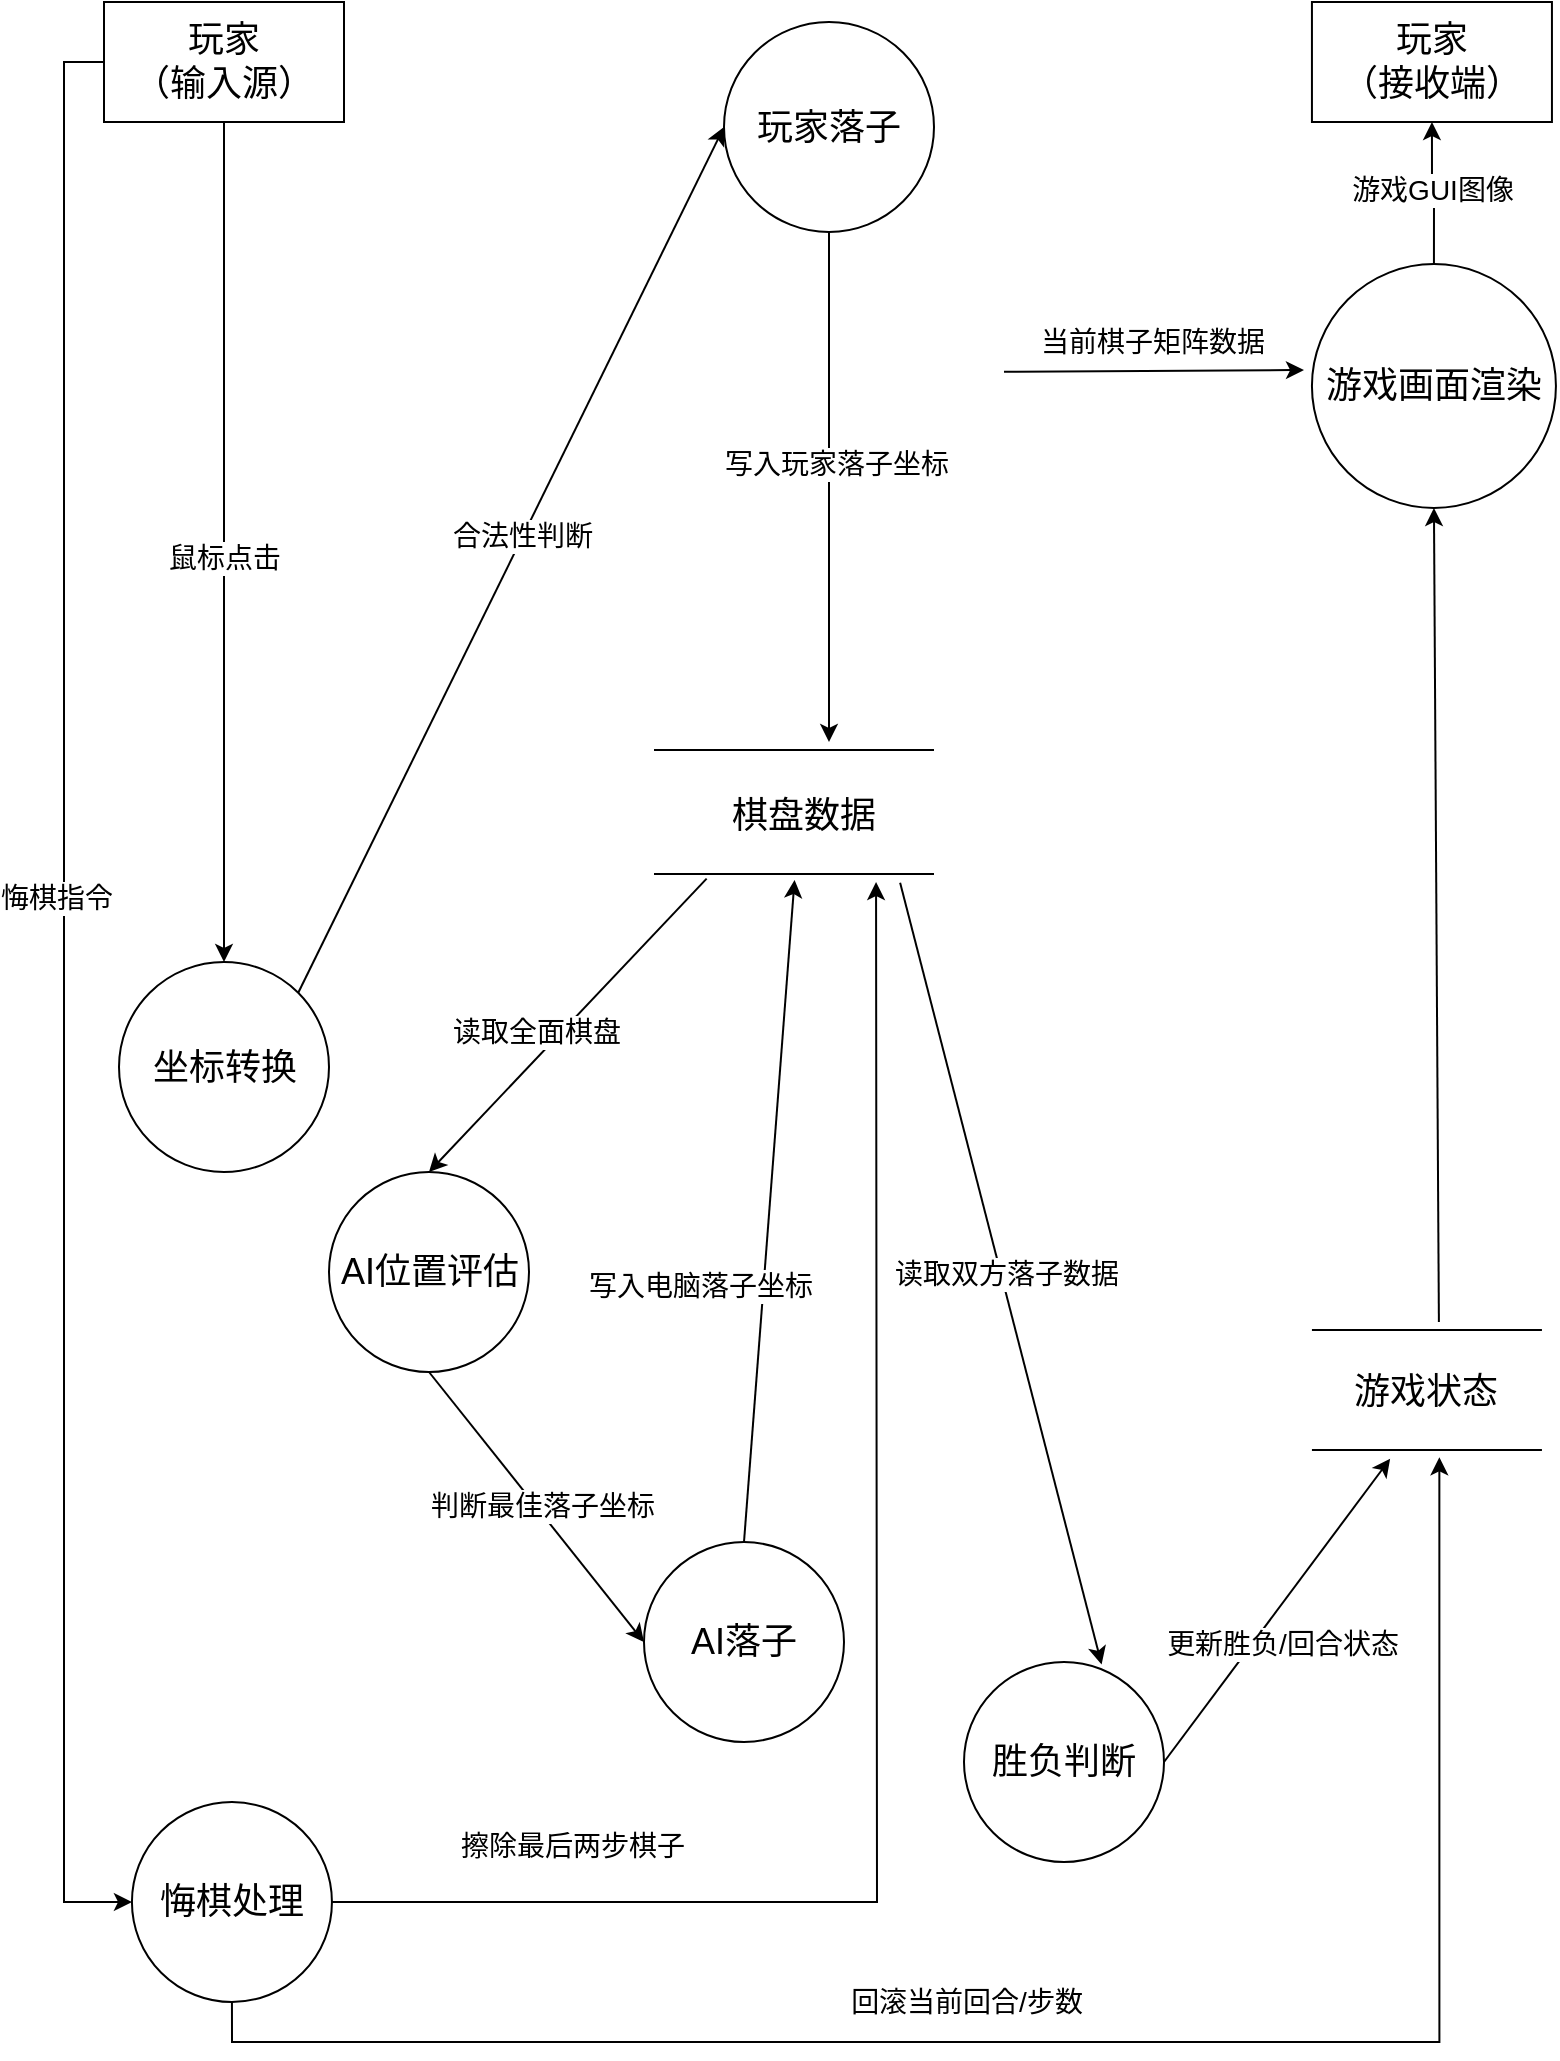
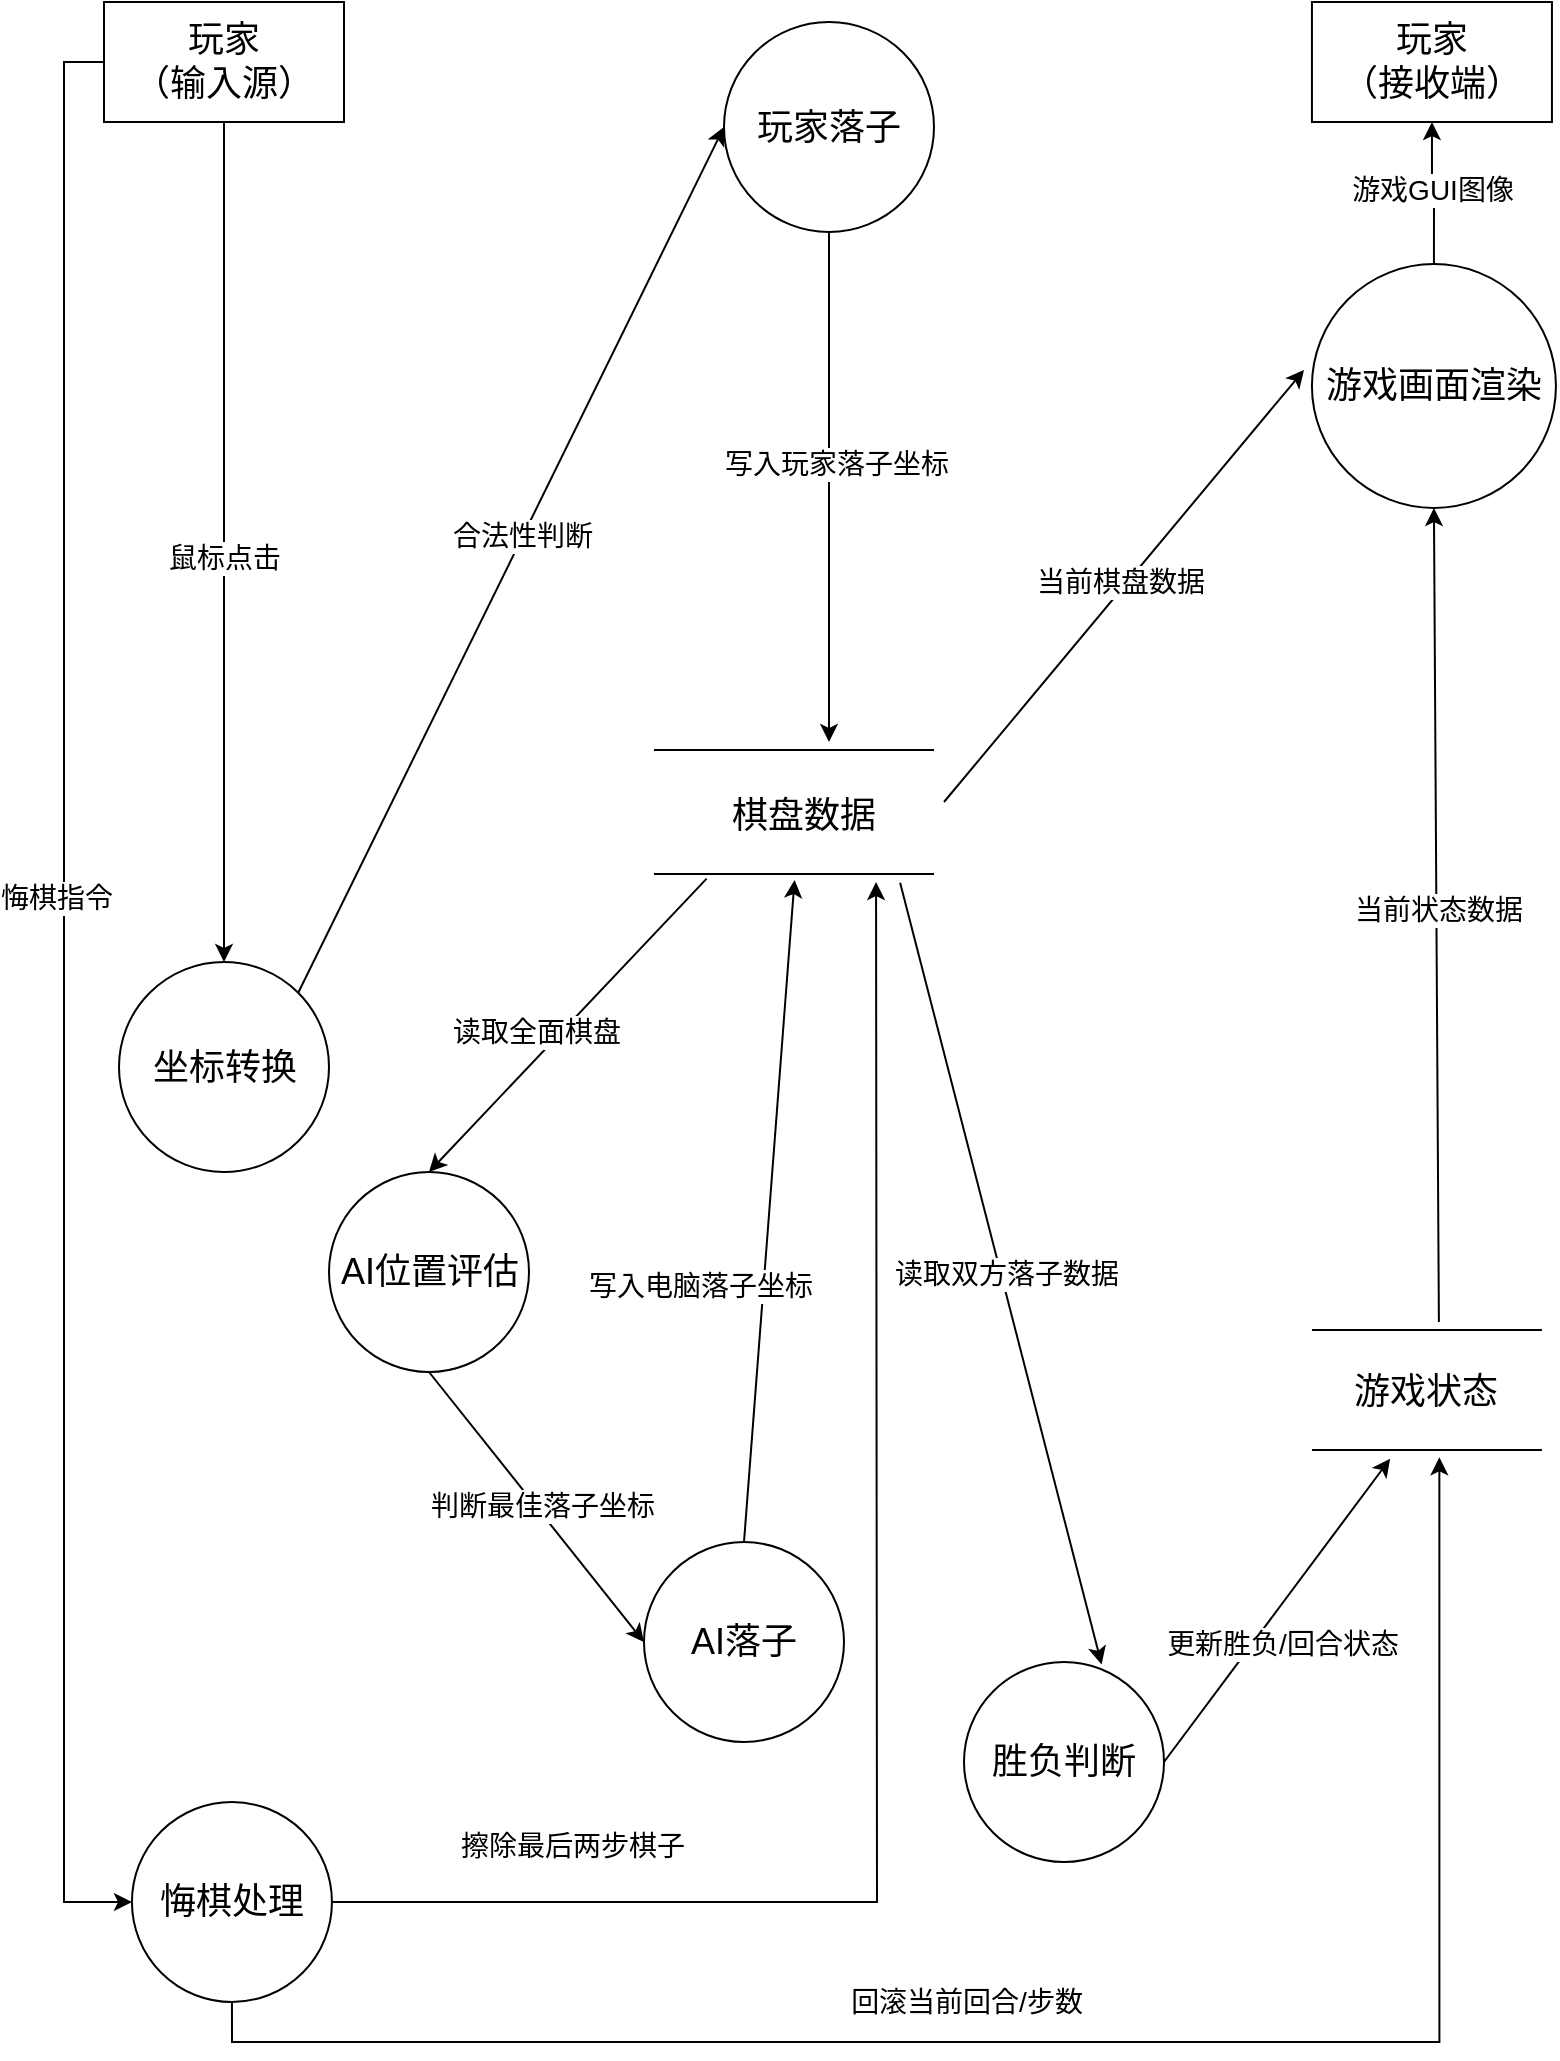
<mxfile host="app.diagrams.net">
  <diagram name="Page-1" id="hryGj0KzSXnJhMcqTr9-">
    <mxGraphModel dx="1413" dy="971" grid="1" gridSize="10" guides="1" tooltips="1" connect="1" arrows="1" fold="1" page="1" pageScale="1" pageWidth="827" pageHeight="1169" math="0" shadow="0">
      <root>
        <mxCell id="0" />
        <mxCell id="1" parent="0" />
        <mxCell id="fDHwApNMCYBN-XmplwMt-11" edge="1" parent="1" source="fDHwApNMCYBN-XmplwMt-3" style="rounded=0;orthogonalLoop=1;jettySize=auto;html=1;exitX=0.5;exitY=1;exitDx=0;exitDy=0;entryX=0.5;entryY=0;entryDx=0;entryDy=0;" target="SoA14i47H3jGXmkj97EN-22">
          <mxGeometry relative="1" as="geometry">
            <mxPoint x="93.97" y="200" as="targetPoint" />
          </mxGeometry>
        </mxCell>
        <mxCell id="fDHwApNMCYBN-XmplwMt-12" connectable="0" parent="fDHwApNMCYBN-XmplwMt-11" style="edgeLabel;html=1;align=center;verticalAlign=middle;resizable=0;points=[];" value="&lt;font style=&quot;font-size: 14px;&quot;&gt;鼠标点击&lt;/font&gt;" vertex="1">
          <mxGeometry relative="1" x="0.0364" as="geometry">
            <mxPoint as="offset" />
          </mxGeometry>
        </mxCell>
        <mxCell id="SoA14i47H3jGXmkj97EN-53" edge="1" parent="1" source="fDHwApNMCYBN-XmplwMt-3" style="edgeStyle=orthogonalEdgeStyle;rounded=0;orthogonalLoop=1;jettySize=auto;html=1;exitX=0;exitY=0.5;exitDx=0;exitDy=0;entryX=0;entryY=0.5;entryDx=0;entryDy=0;" target="SoA14i47H3jGXmkj97EN-41">
          <mxGeometry relative="1" as="geometry" />
        </mxCell>
        <mxCell id="SoA14i47H3jGXmkj97EN-54" connectable="0" parent="SoA14i47H3jGXmkj97EN-53" style="edgeLabel;html=1;align=center;verticalAlign=middle;resizable=0;points=[];" value="&lt;font style=&quot;font-size: 14px;&quot;&gt;悔棋指令&lt;/font&gt;" vertex="1">
          <mxGeometry relative="1" x="-0.1018" y="-4" as="geometry">
            <mxPoint as="offset" />
          </mxGeometry>
        </mxCell>
        <mxCell id="fDHwApNMCYBN-XmplwMt-3" parent="1" style="rounded=0;whiteSpace=wrap;html=1;" value="&lt;font style=&quot;font-size: 18px;&quot;&gt;玩家&lt;/font&gt;&lt;div&gt;&lt;font style=&quot;font-size: 18px;&quot;&gt;（输入源）&lt;/font&gt;&lt;/div&gt;" vertex="1">
          <mxGeometry height="60" width="120" x="60" y="30" as="geometry" />
        </mxCell>
        <mxCell id="SoA14i47H3jGXmkj97EN-37" edge="1" parent="1" source="SoA14i47H3jGXmkj97EN-64" style="edgeStyle=orthogonalEdgeStyle;rounded=0;orthogonalLoop=1;jettySize=auto;html=1;exitX=0.5;exitY=0;exitDx=0;exitDy=0;entryX=0.5;entryY=1;entryDx=0;entryDy=0;" target="fDHwApNMCYBN-XmplwMt-10">
          <mxGeometry relative="1" as="geometry">
            <mxPoint x="723.97" y="198" as="sourcePoint" />
          </mxGeometry>
        </mxCell>
        <mxCell id="SoA14i47H3jGXmkj97EN-38" connectable="0" parent="SoA14i47H3jGXmkj97EN-37" style="edgeLabel;html=1;align=center;verticalAlign=middle;resizable=0;points=[];" value="&lt;font style=&quot;font-size: 14px;&quot;&gt;游戏GUI图像&lt;/font&gt;" vertex="1">
          <mxGeometry relative="1" x="0.0741" as="geometry">
            <mxPoint as="offset" />
          </mxGeometry>
        </mxCell>
        <mxCell id="fDHwApNMCYBN-XmplwMt-10" parent="1" style="rounded=0;whiteSpace=wrap;html=1;" value="&lt;span style=&quot;font-size: 18px;&quot;&gt;玩家&lt;/span&gt;&lt;div&gt;&lt;span style=&quot;font-size: 18px;&quot;&gt;（接收端）&lt;/span&gt;&lt;/div&gt;" vertex="1">
          <mxGeometry height="60" width="120" x="663.97" y="30" as="geometry" />
        </mxCell>
        <mxCell id="SoA14i47H3jGXmkj97EN-14" edge="1" parent="1" source="SoA14i47H3jGXmkj97EN-28" style="endArrow=classic;html=1;rounded=0;exitX=0.188;exitY=0.792;exitDx=0;exitDy=0;exitPerimeter=0;entryX=0.5;entryY=0;entryDx=0;entryDy=0;" target="SoA14i47H3jGXmkj97EN-23" value="">
          <mxGeometry height="50" relative="1" width="50" as="geometry">
            <mxPoint x="368.3400000000001" y="258.00399999999996" as="sourcePoint" />
            <mxPoint x="178.5" y="370" as="targetPoint" />
          </mxGeometry>
        </mxCell>
        <mxCell id="SoA14i47H3jGXmkj97EN-15" connectable="0" parent="SoA14i47H3jGXmkj97EN-14" style="edgeLabel;html=1;align=center;verticalAlign=middle;resizable=0;points=[];" value="&lt;font style=&quot;font-size: 14px;&quot;&gt;读取全面棋盘&lt;/font&gt;" vertex="1">
          <mxGeometry relative="1" x="-0.1782" as="geometry">
            <mxPoint x="-29" y="16" as="offset" />
          </mxGeometry>
        </mxCell>
        <mxCell id="SoA14i47H3jGXmkj97EN-16" edge="1" parent="1" style="endArrow=classic;html=1;rounded=0;" value="">
          <mxGeometry height="50" relative="1" width="50" as="geometry">
-             <mxPoint x="510" y="214.91" as="sourcePoint" />
+             <mxPoint x="480" y="430" as="sourcePoint" />
            <mxPoint x="660" y="214" as="targetPoint" />
          </mxGeometry>
        </mxCell>
-         <mxCell id="SoA14i47H3jGXmkj97EN-17" connectable="0" parent="SoA14i47H3jGXmkj97EN-16" style="edgeLabel;html=1;align=center;verticalAlign=middle;resizable=0;points=[];" value="&lt;span style=&quot;font-size: 14px;&quot;&gt;当前棋子矩阵数据&lt;/span&gt;" vertex="1">
+         <mxCell id="SoA14i47H3jGXmkj97EN-17" connectable="0" parent="SoA14i47H3jGXmkj97EN-16" style="edgeLabel;html=1;align=center;verticalAlign=middle;resizable=0;points=[];" value="&lt;span style=&quot;font-size: 14px;&quot;&gt;当前棋盘数据&lt;/span&gt;" vertex="1">
          <mxGeometry relative="1" x="0.0202" y="1" as="geometry">
-             <mxPoint x="-3" y="-14" as="offset" />
+             <mxPoint x="-3" y="1" as="offset" />
          </mxGeometry>
        </mxCell>
        <mxCell id="SoA14i47H3jGXmkj97EN-75" edge="1" parent="1" source="SoA14i47H3jGXmkj97EN-22" style="rounded=0;orthogonalLoop=1;jettySize=auto;html=1;exitX=1;exitY=0;exitDx=0;exitDy=0;entryX=0;entryY=0.5;entryDx=0;entryDy=0;" target="SoA14i47H3jGXmkj97EN-74">
          <mxGeometry relative="1" as="geometry" />
        </mxCell>
        <mxCell id="SoA14i47H3jGXmkj97EN-76" connectable="0" parent="SoA14i47H3jGXmkj97EN-75" style="edgeLabel;html=1;align=center;verticalAlign=middle;resizable=0;points=[];" value="&lt;font style=&quot;font-size: 14px;&quot;&gt;合法性判断&lt;/font&gt;" vertex="1">
          <mxGeometry relative="1" x="0.0527" y="1" as="geometry">
            <mxPoint as="offset" />
          </mxGeometry>
        </mxCell>
        <mxCell id="SoA14i47H3jGXmkj97EN-22" parent="1" style="ellipse;whiteSpace=wrap;html=1;aspect=fixed;" value="&lt;font style=&quot;font-size: 18px;&quot;&gt;坐标转换&lt;/font&gt;" vertex="1">
          <mxGeometry height="105" width="105" x="67.5" y="510" as="geometry" />
        </mxCell>
        <mxCell id="SoA14i47H3jGXmkj97EN-23" parent="1" style="ellipse;whiteSpace=wrap;html=1;aspect=fixed;" value="&lt;font style=&quot;font-size: 18px;&quot;&gt;AI位置评估&lt;/font&gt;" vertex="1">
          <mxGeometry height="100" width="100" x="172.5" y="615" as="geometry" />
        </mxCell>
        <mxCell id="SoA14i47H3jGXmkj97EN-24" parent="1" style="ellipse;whiteSpace=wrap;html=1;aspect=fixed;" value="&lt;font style=&quot;font-size: 18px;&quot;&gt;AI落子&lt;/font&gt;" vertex="1">
          <mxGeometry height="100" width="100" x="330" y="800" as="geometry" />
        </mxCell>
        <mxCell id="SoA14i47H3jGXmkj97EN-60" edge="1" parent="1" source="SoA14i47H3jGXmkj97EN-25" style="rounded=0;orthogonalLoop=1;jettySize=auto;html=1;exitX=1;exitY=0.5;exitDx=0;exitDy=0;entryX=0.34;entryY=1.051;entryDx=0;entryDy=0;entryPerimeter=0;" target="SoA14i47H3jGXmkj97EN-50">
          <mxGeometry relative="1" as="geometry">
            <mxPoint x="700" y="630" as="targetPoint" />
          </mxGeometry>
        </mxCell>
        <mxCell id="SoA14i47H3jGXmkj97EN-61" connectable="0" parent="SoA14i47H3jGXmkj97EN-60" style="edgeLabel;html=1;align=center;verticalAlign=middle;resizable=0;points=[];" value="&lt;font style=&quot;font-size: 14px;&quot;&gt;更新胜负/回合状态&lt;/font&gt;" vertex="1">
          <mxGeometry relative="1" x="-0.1486" y="-2" as="geometry">
            <mxPoint x="9" y="4" as="offset" />
          </mxGeometry>
        </mxCell>
        <mxCell id="SoA14i47H3jGXmkj97EN-25" parent="1" style="ellipse;whiteSpace=wrap;html=1;aspect=fixed;" value="&lt;font style=&quot;font-size: 18px;&quot;&gt;胜负判断&lt;/font&gt;" vertex="1">
          <mxGeometry height="100" width="100" x="490" y="860" as="geometry" />
        </mxCell>
        <mxCell id="SoA14i47H3jGXmkj97EN-27" parent="1" style="line;strokeWidth=1;fillColor=none;align=left;verticalAlign=middle;spacingTop=-1;spacingLeft=3;spacingRight=3;rotatable=0;labelPosition=right;points=[];portConstraint=eastwest;strokeColor=inherit;" value="" vertex="1">
          <mxGeometry height="8" width="140" x="335" y="400" as="geometry" />
        </mxCell>
        <mxCell id="SoA14i47H3jGXmkj97EN-28" parent="1" style="line;strokeWidth=1;fillColor=none;align=left;verticalAlign=middle;spacingTop=-1;spacingLeft=3;spacingRight=3;rotatable=0;labelPosition=right;points=[];portConstraint=eastwest;strokeColor=inherit;" value="" vertex="1">
          <mxGeometry height="8" width="140" x="335" y="462" as="geometry" />
        </mxCell>
        <mxCell id="SoA14i47H3jGXmkj97EN-29" parent="1" style="text;html=1;whiteSpace=wrap;strokeColor=none;fillColor=none;align=center;verticalAlign=middle;rounded=0;" value="&lt;font style=&quot;font-size: 18px;&quot;&gt;棋盘数据&lt;/font&gt;" vertex="1">
          <mxGeometry height="30" width="110" x="355" y="422" as="geometry" />
        </mxCell>
        <mxCell id="SoA14i47H3jGXmkj97EN-31" edge="1" parent="1" source="SoA14i47H3jGXmkj97EN-23" style="endArrow=classic;html=1;rounded=0;entryX=0;entryY=0.5;entryDx=0;entryDy=0;exitX=0.5;exitY=1;exitDx=0;exitDy=0;" target="SoA14i47H3jGXmkj97EN-24" value="">
          <mxGeometry height="50" relative="1" width="50" as="geometry">
            <mxPoint x="451.90299999999996" y="310" as="sourcePoint" />
            <mxPoint x="189.57999999999993" y="560.336" as="targetPoint" />
          </mxGeometry>
        </mxCell>
        <mxCell id="SoA14i47H3jGXmkj97EN-71" connectable="0" parent="SoA14i47H3jGXmkj97EN-31" style="edgeLabel;html=1;align=center;verticalAlign=middle;resizable=0;points=[];" value="&lt;font style=&quot;font-size: 14px;&quot;&gt;判断最佳落子坐标&lt;/font&gt;" vertex="1">
          <mxGeometry relative="1" x="0.0182" y="2" as="geometry">
            <mxPoint y="-1" as="offset" />
          </mxGeometry>
        </mxCell>
        <mxCell id="SoA14i47H3jGXmkj97EN-35" edge="1" parent="1" source="SoA14i47H3jGXmkj97EN-24" style="rounded=0;orthogonalLoop=1;jettySize=auto;html=1;exitX=0.5;exitY=0;exitDx=0;exitDy=0;entryX=0.502;entryY=0.875;entryDx=0;entryDy=0;entryPerimeter=0;" target="SoA14i47H3jGXmkj97EN-28">
          <mxGeometry relative="1" as="geometry" />
        </mxCell>
        <mxCell id="SoA14i47H3jGXmkj97EN-36" connectable="0" parent="SoA14i47H3jGXmkj97EN-35" style="edgeLabel;html=1;align=center;verticalAlign=middle;resizable=0;points=[];" value="&lt;span style=&quot;font-size: 14px;&quot;&gt;写入电脑落子坐标&lt;/span&gt;" vertex="1">
          <mxGeometry relative="1" x="-0.0044" y="1" as="geometry">
            <mxPoint x="-34" y="37" as="offset" />
          </mxGeometry>
        </mxCell>
        <mxCell id="SoA14i47H3jGXmkj97EN-55" edge="1" parent="1" source="SoA14i47H3jGXmkj97EN-41" style="edgeStyle=orthogonalEdgeStyle;rounded=0;orthogonalLoop=1;jettySize=auto;html=1;exitX=1;exitY=0.5;exitDx=0;exitDy=0;entryX=0.75;entryY=1;entryDx=0;entryDy=0;entryPerimeter=0;">
          <mxGeometry relative="1" as="geometry">
            <mxPoint x="180.00000000000003" y="980" as="sourcePoint" />
            <mxPoint x="446.03" y="470" as="targetPoint" />
          </mxGeometry>
        </mxCell>
        <mxCell id="SoA14i47H3jGXmkj97EN-57" connectable="0" parent="SoA14i47H3jGXmkj97EN-55" style="edgeLabel;html=1;align=center;verticalAlign=middle;resizable=0;points=[];" value="&lt;font style=&quot;font-size: 14px;&quot;&gt;擦除最后两步棋子&lt;/font&gt;" vertex="1">
          <mxGeometry relative="1" x="-0.6914" y="3" as="geometry">
            <mxPoint x="-1" y="-25" as="offset" />
          </mxGeometry>
        </mxCell>
        <mxCell id="SoA14i47H3jGXmkj97EN-41" parent="1" style="ellipse;whiteSpace=wrap;html=1;aspect=fixed;" value="&lt;font style=&quot;font-size: 18px;&quot;&gt;悔棋处理&lt;/font&gt;" vertex="1">
          <mxGeometry height="100" width="100" x="73.97" y="930" as="geometry" />
        </mxCell>
        <mxCell id="SoA14i47H3jGXmkj97EN-49" parent="1" style="line;strokeWidth=1;fillColor=none;align=left;verticalAlign=middle;spacingTop=-1;spacingLeft=3;spacingRight=3;rotatable=0;labelPosition=right;points=[];portConstraint=eastwest;strokeColor=inherit;" value="" vertex="1">
          <mxGeometry height="8" width="115" x="663.97" y="690" as="geometry" />
        </mxCell>
        <mxCell id="SoA14i47H3jGXmkj97EN-50" parent="1" style="line;strokeWidth=1;fillColor=none;align=left;verticalAlign=middle;spacingTop=-1;spacingLeft=3;spacingRight=3;rotatable=0;labelPosition=right;points=[];portConstraint=eastwest;strokeColor=inherit;" value="" vertex="1">
          <mxGeometry height="8" width="115" x="663.97" y="750" as="geometry" />
        </mxCell>
        <mxCell id="SoA14i47H3jGXmkj97EN-51" parent="1" style="text;html=1;whiteSpace=wrap;strokeColor=none;fillColor=none;align=center;verticalAlign=middle;rounded=0;" value="&lt;span style=&quot;font-size: 18px;&quot;&gt;游戏状态&lt;/span&gt;" vertex="1">
          <mxGeometry height="30" width="110" x="666.47" y="710" as="geometry" />
        </mxCell>
        <mxCell id="SoA14i47H3jGXmkj97EN-65" edge="1" parent="1" source="SoA14i47H3jGXmkj97EN-28" style="endArrow=classic;html=1;rounded=0;exitX=0.879;exitY=1.042;exitDx=0;exitDy=0;exitPerimeter=0;entryX=0.688;entryY=0.012;entryDx=0;entryDy=0;entryPerimeter=0;" target="SoA14i47H3jGXmkj97EN-25" value="">
          <mxGeometry height="50" relative="1" width="50" as="geometry">
            <mxPoint x="610" y="490" as="sourcePoint" />
            <mxPoint x="560" y="540" as="targetPoint" />
          </mxGeometry>
        </mxCell>
        <mxCell id="SoA14i47H3jGXmkj97EN-81" connectable="0" parent="SoA14i47H3jGXmkj97EN-65" style="edgeLabel;html=1;align=center;verticalAlign=middle;resizable=0;points=[];" value="&lt;font style=&quot;font-size: 14px;&quot;&gt;读取双方落子数据&lt;/font&gt;" vertex="1">
          <mxGeometry relative="1" x="0.0041" y="2" as="geometry">
            <mxPoint as="offset" />
          </mxGeometry>
        </mxCell>
        <mxCell id="SoA14i47H3jGXmkj97EN-66" edge="1" parent="1" source="SoA14i47H3jGXmkj97EN-41" style="edgeStyle=orthogonalEdgeStyle;rounded=0;orthogonalLoop=1;jettySize=auto;html=1;exitX=0.5;exitY=1;exitDx=0;exitDy=0;entryX=0.554;entryY=0.958;entryDx=0;entryDy=0;entryPerimeter=0;" target="SoA14i47H3jGXmkj97EN-50">
          <mxGeometry relative="1" as="geometry" />
        </mxCell>
        <mxCell id="SoA14i47H3jGXmkj97EN-68" connectable="0" parent="SoA14i47H3jGXmkj97EN-66" style="edgeLabel;html=1;align=center;verticalAlign=middle;resizable=0;points=[];" value="&lt;font style=&quot;font-size: 14px;&quot;&gt;回滚当前回合/步数&lt;/font&gt;" vertex="1">
          <mxGeometry relative="1" x="-0.156" y="-3" as="geometry">
            <mxPoint y="-23" as="offset" />
          </mxGeometry>
        </mxCell>
        <mxCell id="SoA14i47H3jGXmkj97EN-67" edge="1" parent="1" source="SoA14i47H3jGXmkj97EN-49" style="endArrow=classic;html=1;rounded=0;exitX=0.552;exitY=0;exitDx=0;exitDy=0;exitPerimeter=0;entryX=0.5;entryY=1;entryDx=0;entryDy=0;" target="SoA14i47H3jGXmkj97EN-64" value="">
          <mxGeometry height="50" relative="1" width="50" as="geometry">
            <mxPoint x="662.97" y="450" as="sourcePoint" />
            <mxPoint x="712.97" y="400" as="targetPoint" />
          </mxGeometry>
        </mxCell>
+         <mxCell id="SoA14i47H3jGXmkj97EN-83" connectable="0" parent="SoA14i47H3jGXmkj97EN-67" style="edgeLabel;html=1;align=center;verticalAlign=middle;resizable=0;points=[];" value="&lt;font style=&quot;font-size: 14px;&quot;&gt;当前状态数据&lt;/font&gt;" vertex="1">
+           <mxGeometry relative="1" x="0.0127" y="-1" as="geometry">
+             <mxPoint as="offset" />
+           </mxGeometry>
+         </mxCell>
        <mxCell id="SoA14i47H3jGXmkj97EN-64" parent="1" style="ellipse;whiteSpace=wrap;html=1;aspect=fixed;" value="&lt;font style=&quot;font-size: 18px;&quot;&gt;游戏画面渲染&lt;/font&gt;" vertex="1">
          <mxGeometry height="122" width="122" x="663.97" y="161" as="geometry" />
        </mxCell>
        <mxCell id="SoA14i47H3jGXmkj97EN-74" parent="1" style="ellipse;whiteSpace=wrap;html=1;aspect=fixed;" value="&lt;font style=&quot;font-size: 18px;&quot;&gt;玩家落子&lt;/font&gt;" vertex="1">
          <mxGeometry height="105" width="105" x="370" y="40" as="geometry" />
        </mxCell>
        <mxCell id="SoA14i47H3jGXmkj97EN-78" edge="1" parent="1" source="SoA14i47H3jGXmkj97EN-74" style="rounded=0;orthogonalLoop=1;jettySize=auto;html=1;exitX=0.5;exitY=1;exitDx=0;exitDy=0;entryX=0.625;entryY=0;entryDx=0;entryDy=0;entryPerimeter=0;" target="SoA14i47H3jGXmkj97EN-27">
          <mxGeometry relative="1" as="geometry">
            <mxPoint x="430" y="280" as="targetPoint" />
          </mxGeometry>
        </mxCell>
        <mxCell id="SoA14i47H3jGXmkj97EN-80" connectable="0" parent="SoA14i47H3jGXmkj97EN-78" style="edgeLabel;html=1;align=center;verticalAlign=middle;resizable=0;points=[];" value="&lt;font style=&quot;font-size: 14px;&quot;&gt;写入玩家落子坐标&lt;/font&gt;" vertex="1">
          <mxGeometry relative="1" x="-0.0903" y="3" as="geometry">
            <mxPoint as="offset" />
          </mxGeometry>
        </mxCell>
      </root>
    </mxGraphModel>
  </diagram>
</mxfile>
